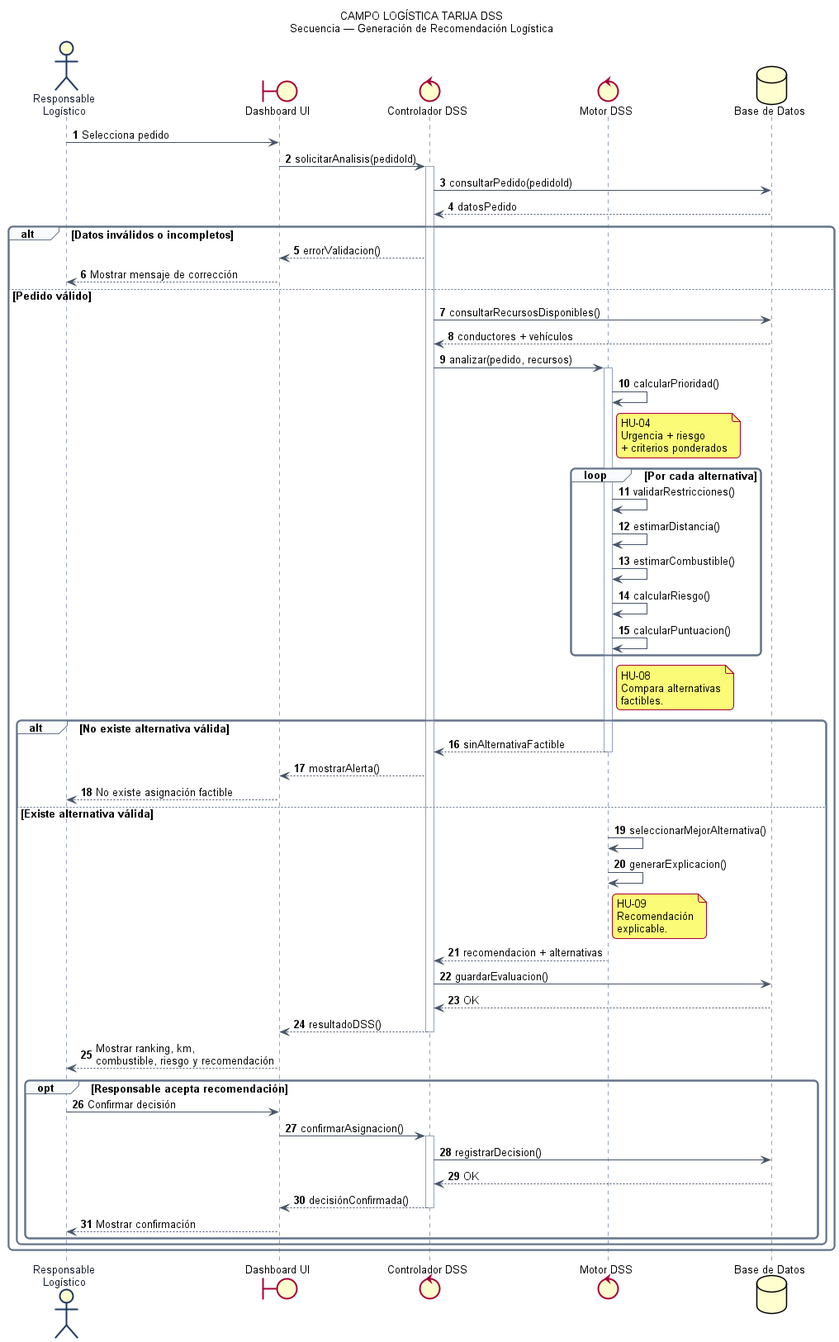
Earlier version of the PlantUML export docs/uml/secuencia_recomendacion_dss.png (Dracko23/CAMPOLOGISTICA-DSS).
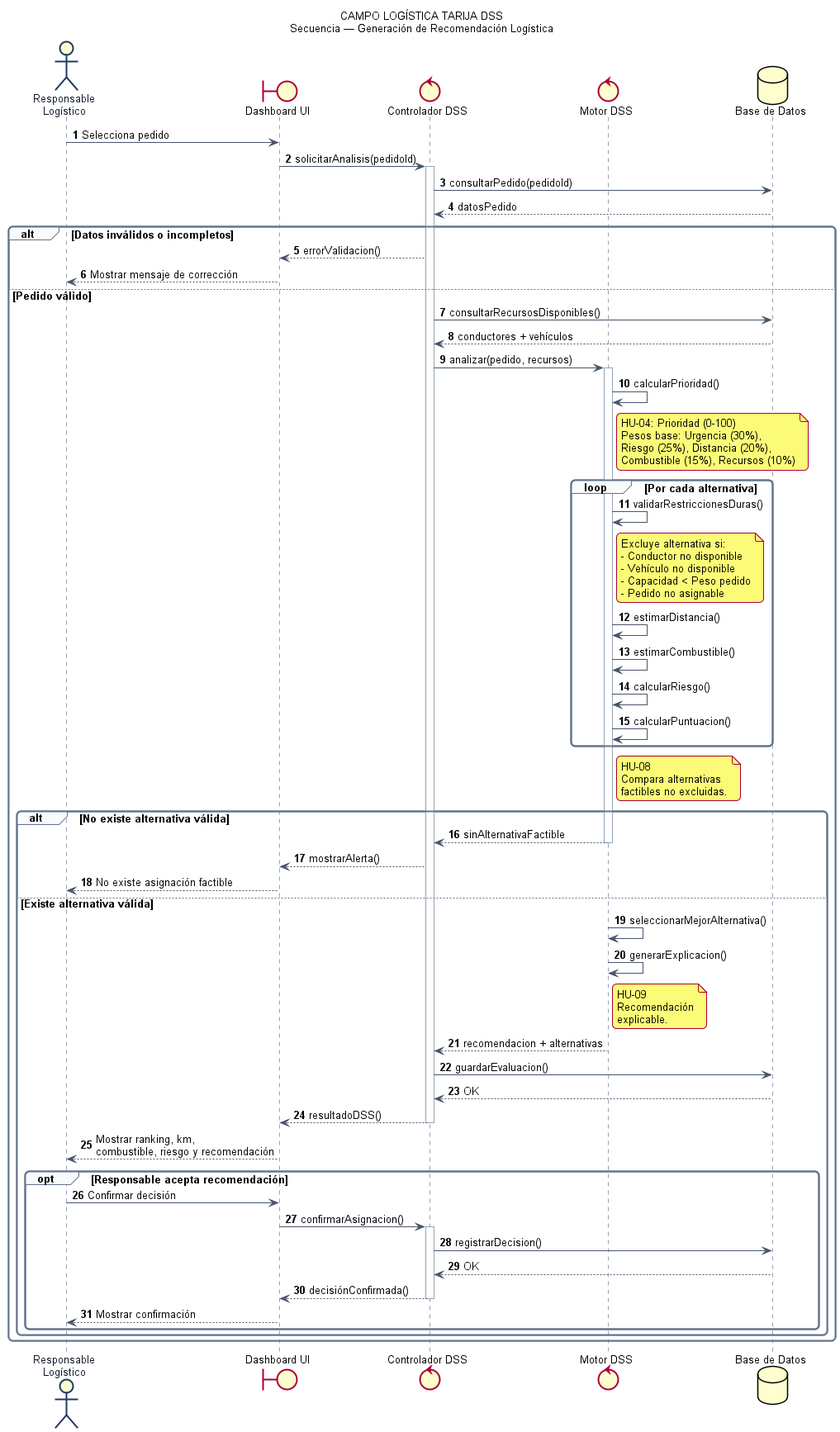
The same diagram one commit later.

Change to the diagram source:
```diff
@@ -53,13 +53,21 @@
     DSS -> DSS : calcularPrioridad()
 
     note right of DSS
-      HU-04
-      Urgencia + riesgo
-      + criterios ponderados
+      HU-04: Prioridad (0-100)
+      Pesos base: Urgencia (30%),
+      Riesgo (25%), Distancia (20%),
+      Combustible (15%), Recursos (10%)
     end note
 
     loop Por cada alternativa
-        DSS -> DSS : validarRestricciones()
+        DSS -> DSS : validarRestriccionesDuras()
+        note right of DSS
+          Excluye alternativa si:
+          - Conductor no disponible
+          - Vehículo no disponible
+          - Capacidad < Peso pedido
+          - Pedido no asignable
+        end note
         DSS -> DSS : estimarDistancia()
         DSS -> DSS : estimarCombustible()
         DSS -> DSS : calcularRiesgo()
@@ -69,7 +77,7 @@
     note right of DSS
       HU-08
       Compara alternativas
-      factibles.
+      factibles no excluidas.
     end note
 
     alt No existe alternativa válida
```
